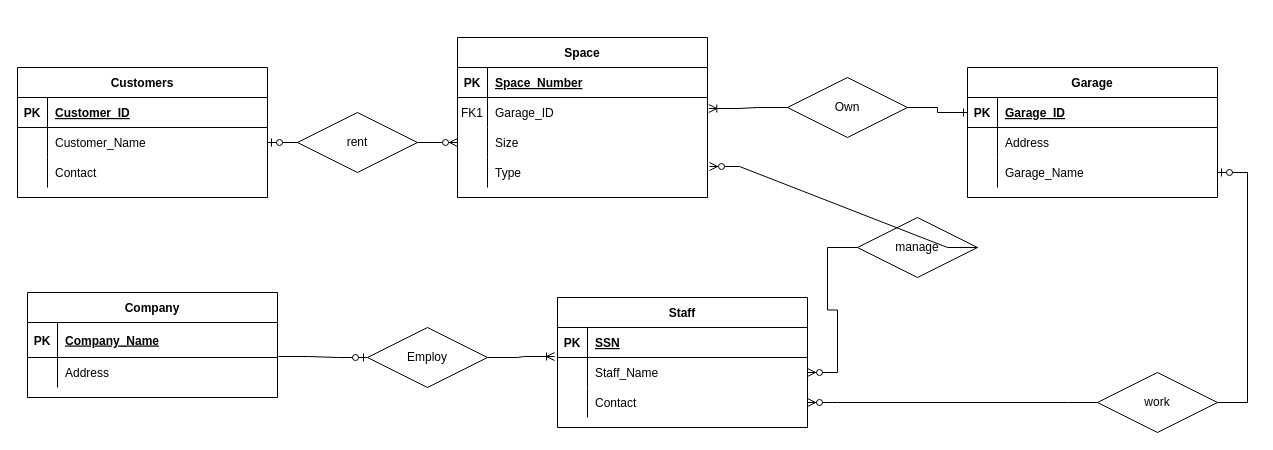
Above: Untitled Diagram.drawio in MooMooHorse/MATH221 (draw.io), before the change. Source tidied: cells renumbered, new cells numbered last; positions are measured from the earlier drawing's top-left corner, leaving out a move shared by most shapes. Both pictures are drawn from the tidied source at 100%, with x=0, y=0 at pixel (17, 37).
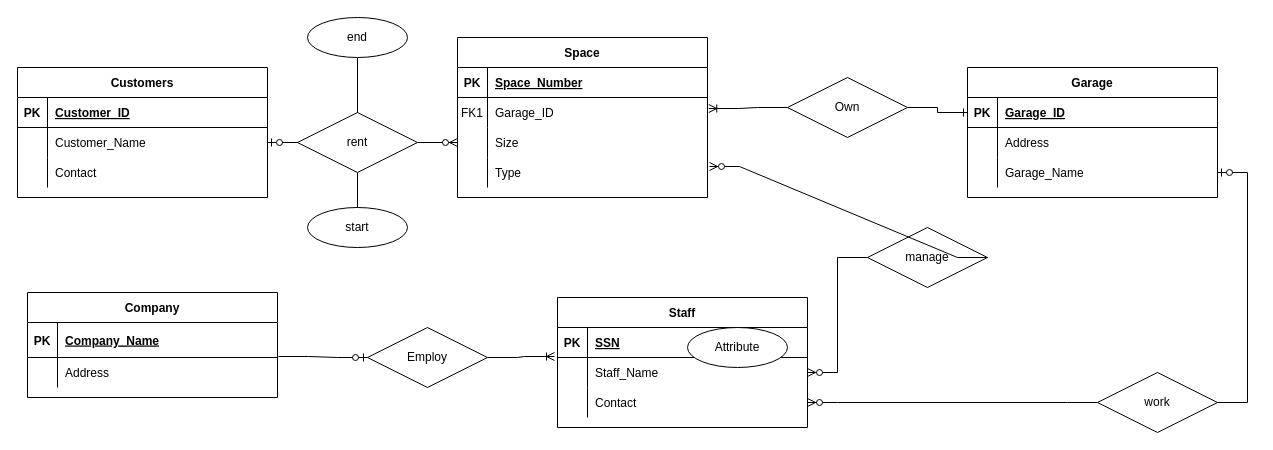
After the change.

The change refers to these unchanged cells:
```xml
<mxCell id="37" value="rent" style="shape=rhombus;perimeter=rhombusPerimeter;whiteSpace=wrap;html=1;align=center;" parent="1" vertex="1">
  <mxGeometry x="280" y="75" width="120" height="60" as="geometry" />
</mxCell>
```

The edit, as a diff of the source:
```diff
@@
     <mxCell id="62" value="manage" style="shape=rhombus;perimeter=rhombusPerimeter;whiteSpace=wrap;html=1;align=center;" parent="1" vertex="1">
-      <mxGeometry x="840" y="180" width="120" height="60" as="geometry" />
+      <mxGeometry x="850" y="190" width="120" height="60" as="geometry" />
     </mxCell>
@@
+    <mxCell id="67" value="Attribute" style="ellipse;whiteSpace=wrap;html=1;align=center;" parent="1" vertex="1">
+      <mxGeometry x="670" y="290" width="100" height="40" as="geometry" />
+    </mxCell>
+    <mxCell id="68" value="start" style="ellipse;whiteSpace=wrap;html=1;align=center;" parent="1" vertex="1">
+      <mxGeometry x="290" y="170" width="100" height="40" as="geometry" />
+    </mxCell>
+    <mxCell id="69" value="end" style="ellipse;whiteSpace=wrap;html=1;align=center;" parent="1" vertex="1">
+      <mxGeometry x="290" y="-20" width="100" height="40" as="geometry" />
+    </mxCell>
+    <mxCell id="70" style="endArrow=none;html=1;rounded=0;exitX=0.5;exitY=1;exitDx=0;exitDy=0;entryX=0.5;entryY=0;entryDx=0;entryDy=0;" parent="1" edge="1" source="37" target="68">
+      <mxGeometry relative="1" as="geometry" />
+    </mxCell>
+    <mxCell id="71" style="endArrow=none;html=1;rounded=0;exitX=0.5;exitY=0;exitDx=0;exitDy=0;entryX=0.5;entryY=1;entryDx=0;entryDy=0;" parent="1" edge="1" source="37" target="69">
+      <mxGeometry relative="1" as="geometry" />
+    </mxCell>
```
